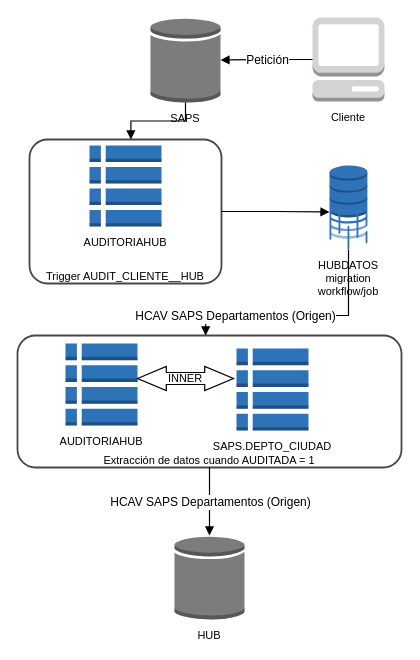
The draw.io diagram 1 HCAV SAPS Departamentos (Origen).drawio in darkarand92/Diagramas-Integracion, before the edit. Source tidied: cells renumbered, new cells numbered last; positions are measured from the earlier drawing's top-left corner, leaving out a move shared by most shapes. Both pictures are drawn from the tidied source at 100%, with x=0, y=0 at pixel (17, 17).
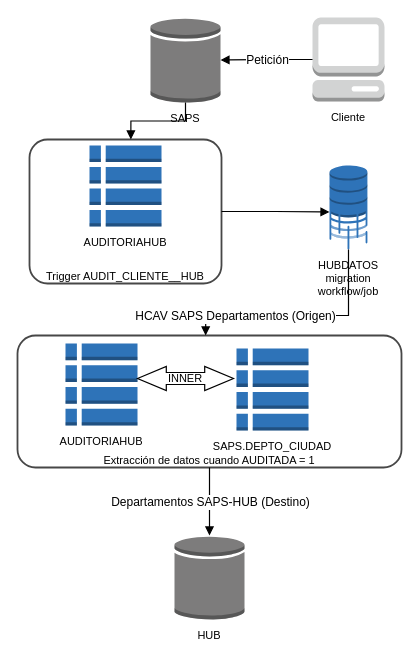
Above is the later version.

The change refers to these unchanged cells:
```xml
<mxCell id="16" style="html=1;jettySize=18;fontSize=11;strokeWidth=1.2;rounded=1;arcSize=0;edgeStyle=orthogonalEdgeStyle;startArrow=none;endArrow=block;endFill=1;exitX=0.5;exitY=1.0068181818181818;exitPerimeter=1;entryX=0.5;entryY=0.0000012184656859355009;entryPerimeter=1;" parent="1" edge="1" source="11" target="9">
  <mxGeometry relative="1" as="geometry" />
</mxCell>
```

Diff of the diagram source:
```diff
@@
-    <mxCell id="17" value="HCAV SAPS Departamentos (Origen)" style="text;html=1;labelBackgroundColor=#ffffff;align=center;verticalAlign=middle;" parent="16" vertex="1">
+    <mxCell id="17" value="Departamentos SAPS-HUB (Destino)" style="text;html=1;labelBackgroundColor=#ffffff;align=center;verticalAlign=middle;" parent="16" vertex="1">
       <mxGeometry relative="1" as="geometry" />
     </mxCell>
```
